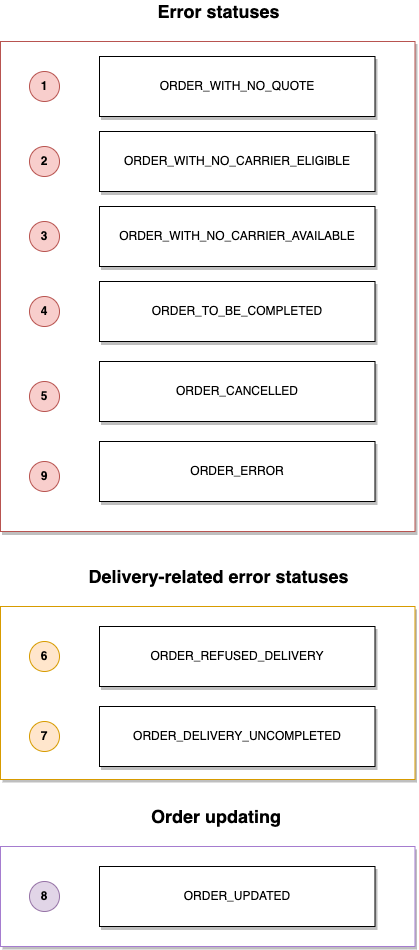
woop-it/stoplight-retailers keeps this draw.io diagram as assets/images/Order_status_workflow_annexes.png. Above is the earlier version. Source tidied: cells renumbered, new cells last; positions are measured from the earlier drawing's top-left corner, leaving out a move shared by most shapes.
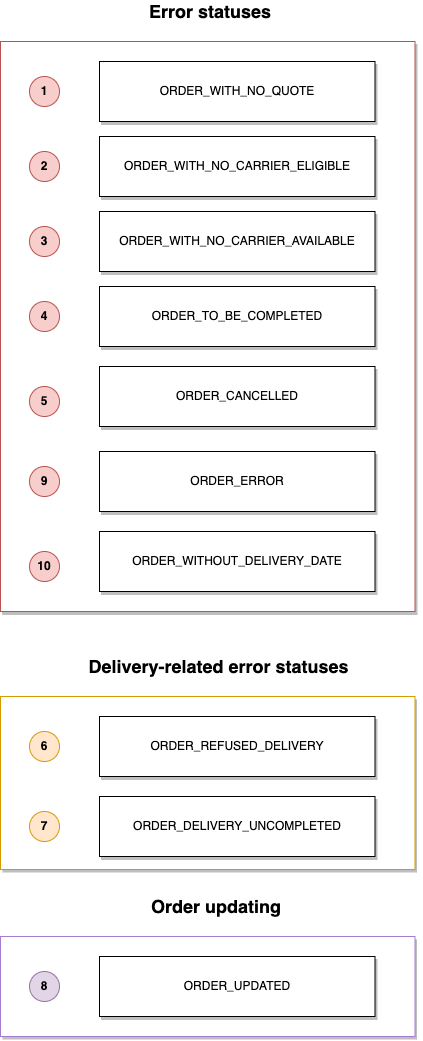
The same file after the commit.

Change to the diagram source:
```diff
@@ -3,40 +3,40 @@
     <mxCell id="0" />
     <mxCell id="1" parent="0" />
     <mxCell id="2" style="rounded=0;whiteSpace=wrap;html=1;shadow=1;glass=0;sketch=0;strokeColor=#b85450;fillColor=#FFFFFF;" parent="1" vertex="1">
-      <mxGeometry y="40" width="414.5" height="490" as="geometry" />
+      <mxGeometry y="-50" width="414.5" height="570" as="geometry" />
     </mxCell>
     <mxCell id="3" value="ORDER_WITH_NO_CARRIER_ELIGIBLE" style="rounded=0;whiteSpace=wrap;html=1;shadow=1;" parent="1" vertex="1">
-      <mxGeometry x="99" y="130" width="275.5" height="60" as="geometry" />
+      <mxGeometry x="99" y="45" width="275.5" height="60" as="geometry" />
     </mxCell>
     <mxCell id="4" value="ORDER_WITH_NO_QUOTE" style="rounded=0;whiteSpace=wrap;html=1;shadow=1;" parent="1" vertex="1">
-      <mxGeometry x="99" y="55" width="275.5" height="60" as="geometry" />
+      <mxGeometry x="99" y="-30" width="275.5" height="60" as="geometry" />
     </mxCell>
     <mxCell id="5" value="&lt;b&gt;&lt;font style=&quot;font-size: 18px&quot;&gt;Error statuses&lt;/font&gt;&lt;/b&gt;" style="text;html=1;strokeColor=none;fillColor=none;align=center;verticalAlign=middle;whiteSpace=wrap;rounded=0;shadow=1;glass=0;sketch=0;" parent="1" vertex="1">
-      <mxGeometry x="29" width="379" height="20" as="geometry" />
+      <mxGeometry y="-90" width="420" height="20" as="geometry" />
     </mxCell>
     <mxCell id="6" value="&lt;b&gt;2&lt;/b&gt;" style="ellipse;whiteSpace=wrap;html=1;shadow=0;glass=0;sketch=0;fillColor=#f8cecc;strokeColor=#b85450;" parent="1" vertex="1">
-      <mxGeometry x="29" y="145" width="30" height="30" as="geometry" />
+      <mxGeometry x="29" y="60" width="30" height="30" as="geometry" />
     </mxCell>
     <mxCell id="7" value="&lt;b&gt;4&lt;/b&gt;" style="ellipse;whiteSpace=wrap;html=1;shadow=0;glass=0;sketch=0;fillColor=#f8cecc;strokeColor=#b85450;" parent="1" vertex="1">
-      <mxGeometry x="29" y="295" width="30" height="30" as="geometry" />
+      <mxGeometry x="29" y="210" width="30" height="30" as="geometry" />
     </mxCell>
     <mxCell id="8" value="&lt;b&gt;1&lt;/b&gt;" style="ellipse;whiteSpace=wrap;html=1;shadow=0;glass=0;sketch=0;fillColor=#f8cecc;strokeColor=#b85450;" parent="1" vertex="1">
-      <mxGeometry x="29" y="70" width="30" height="30" as="geometry" />
+      <mxGeometry x="29" y="-15" width="30" height="30" as="geometry" />
     </mxCell>
     <mxCell id="9" value="ORDER_WITH_NO_CARRIER_AVAILABLE" style="rounded=0;whiteSpace=wrap;html=1;shadow=1;" parent="1" vertex="1">
-      <mxGeometry x="99" y="205" width="275.5" height="60" as="geometry" />
+      <mxGeometry x="99" y="120" width="275.5" height="60" as="geometry" />
     </mxCell>
     <mxCell id="10" value="ORDER_TO_BE_COMPLETED" style="rounded=0;whiteSpace=wrap;html=1;shadow=1;" parent="1" vertex="1">
-      <mxGeometry x="99" y="280" width="275.5" height="60" as="geometry" />
+      <mxGeometry x="99" y="195" width="275.5" height="60" as="geometry" />
     </mxCell>
     <mxCell id="11" value="&lt;b&gt;3&lt;/b&gt;" style="ellipse;whiteSpace=wrap;html=1;shadow=0;glass=0;sketch=0;fillColor=#f8cecc;strokeColor=#b85450;" parent="1" vertex="1">
-      <mxGeometry x="29" y="220" width="30" height="30" as="geometry" />
+      <mxGeometry x="29" y="135" width="30" height="30" as="geometry" />
     </mxCell>
     <mxCell id="12" value="ORDER_CANCELLED" style="rounded=0;whiteSpace=wrap;html=1;shadow=1;" parent="1" vertex="1">
-      <mxGeometry x="99" y="360" width="275.5" height="60" as="geometry" />
+      <mxGeometry x="99" y="275" width="275.5" height="60" as="geometry" />
     </mxCell>
     <mxCell id="13" value="&lt;b&gt;5&lt;/b&gt;" style="ellipse;whiteSpace=wrap;html=1;shadow=0;glass=0;sketch=0;fillColor=#f8cecc;strokeColor=#b85450;" parent="1" vertex="1">
-      <mxGeometry x="29" y="380" width="30" height="30" as="geometry" />
+      <mxGeometry x="29" y="295" width="30" height="30" as="geometry" />
     </mxCell>
     <mxCell id="14" value="&lt;span style=&quot;font-size: 18px&quot;&gt;&lt;b&gt;Delivery-related error statuses&lt;/b&gt;&lt;/span&gt;" style="text;html=1;strokeColor=none;fillColor=none;align=center;verticalAlign=middle;whiteSpace=wrap;rounded=0;shadow=1;glass=0;sketch=0;" parent="1" vertex="1">
       <mxGeometry x="29" y="565" width="379" height="20" as="geometry" />
@@ -68,11 +68,17 @@
     <mxCell id="23" value="ORDER_UPDATED" style="rounded=0;whiteSpace=wrap;html=1;shadow=1;" parent="1" vertex="1">
       <mxGeometry x="99" y="865" width="275.5" height="60" as="geometry" />
     </mxCell>
-    <mxCell id="24" value="&lt;b&gt;9&lt;/b&gt;" style="ellipse;whiteSpace=wrap;html=1;shadow=0;glass=0;sketch=0;fillColor=#f8cecc;strokeColor=#b85450;" parent="1" vertex="1">
+    <mxCell id="24" value="&lt;b&gt;10&lt;/b&gt;" style="ellipse;whiteSpace=wrap;html=1;shadow=0;glass=0;sketch=0;fillColor=#f8cecc;strokeColor=#b85450;" parent="1" vertex="1">
       <mxGeometry x="29" y="460" width="30" height="30" as="geometry" />
     </mxCell>
-    <mxCell id="25" value="ORDER_ERROR" style="rounded=0;whiteSpace=wrap;html=1;shadow=1;" parent="1" vertex="1">
+    <mxCell id="25" value="ORDER_WITHOUT_DELIVERY_DATE" style="rounded=0;whiteSpace=wrap;html=1;shadow=1;" parent="1" vertex="1">
       <mxGeometry x="99" y="440" width="275.5" height="60" as="geometry" />
     </mxCell>
+    <mxCell id="26" value="ORDER_ERROR" style="rounded=0;whiteSpace=wrap;html=1;shadow=1;" parent="1" vertex="1">
+      <mxGeometry x="99" y="360" width="275.5" height="60" as="geometry" />
+    </mxCell>
+    <mxCell id="27" value="&lt;b&gt;9&lt;/b&gt;" style="ellipse;whiteSpace=wrap;html=1;shadow=0;glass=0;sketch=0;fillColor=#f8cecc;strokeColor=#b85450;" parent="1" vertex="1">
+      <mxGeometry x="29" y="375" width="30" height="30" as="geometry" />
+    </mxCell>
   </root>
 </mxGraphModel>
```
